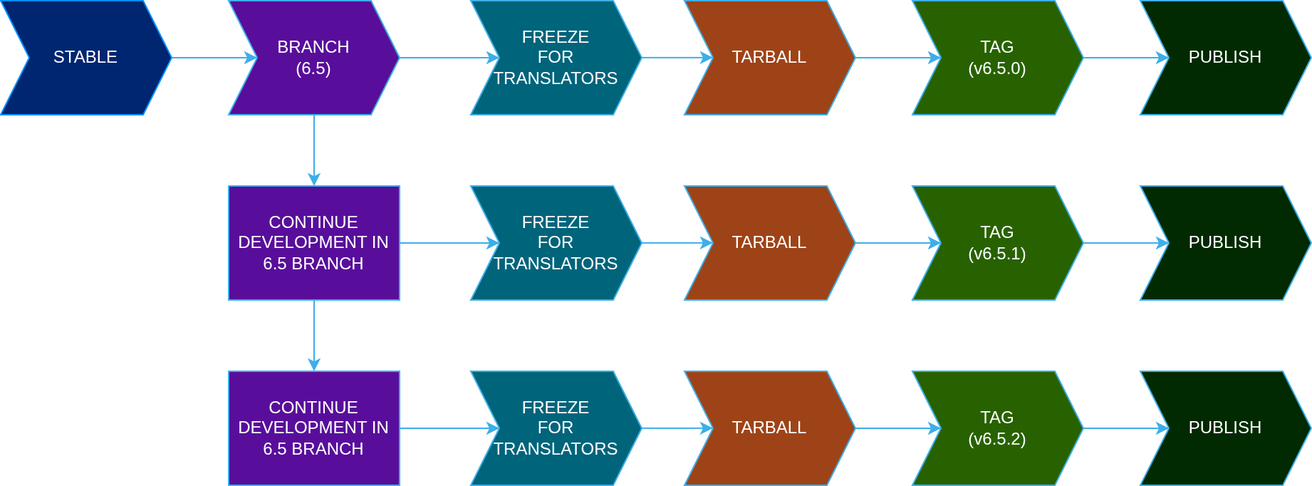
Before: content/docs/getting-started/add-project/lifecycle/stable-lifecycle.png, a diagram exported from draw.io (KDE/documentation-develop-kde-org). Source tidied: cells renumbered, new cells last; positions are measured from the earlier drawing's top-left corner, leaving out a move shared by most shapes.
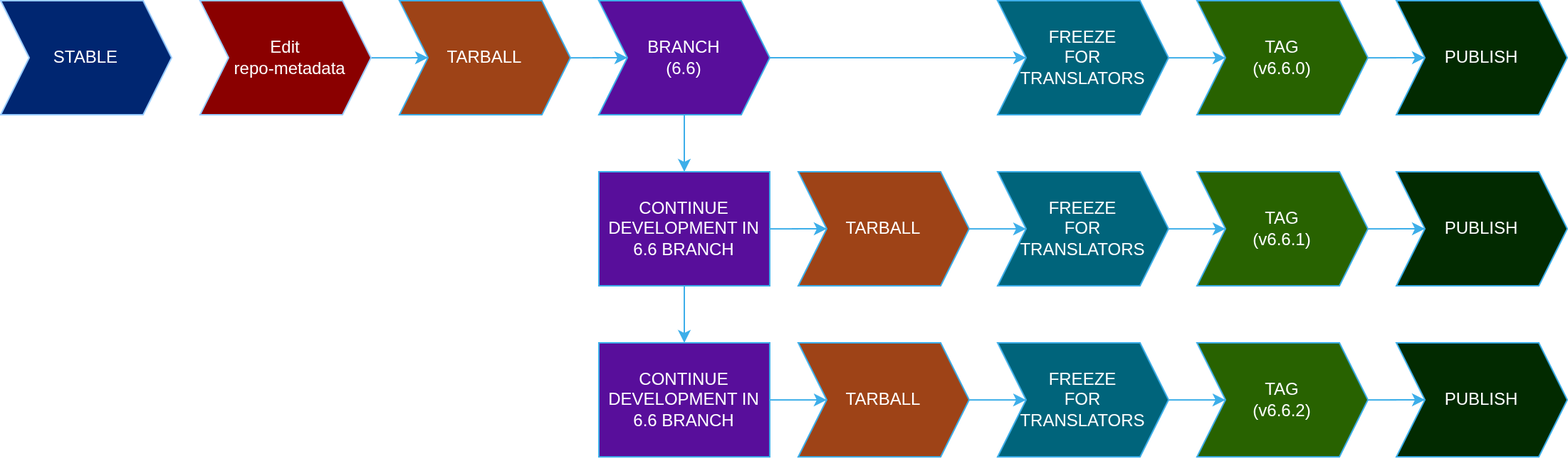
Later version of the same file.

Commit message:
Fix order in lifecycle page

Change to the diagram source:
```diff
@@ -2,98 +2,110 @@
   <root>
     <mxCell id="0" />
     <mxCell id="1" parent="0" />
-    <mxCell id="2" style="edgeStyle=orthogonalEdgeStyle;rounded=0;jettySize=auto;html=1;entryX=0;entryY=0.5;entryDx=0;entryDy=0;strokeColor=#3DAEE9;" parent="1" edge="1" source="3" target="8">
-      <mxGeometry relative="1" as="geometry" />
+    <mxCell id="2" style="edgeStyle=orthogonalEdgeStyle;rounded=0;jettySize=auto;html=1;entryX=0;entryY=0.5;entryDx=0;entryDy=0;strokeColor=#3DAEE9;" parent="1" edge="1" target="29">
+      <mxGeometry relative="1" as="geometry">
+        <mxPoint x="260" y="320.1" as="sourcePoint" />
+      </mxGeometry>
     </mxCell>
-    <mxCell id="3" value="STABLE" style="shape=step;perimeter=stepPerimeter;whiteSpace=wrap;html=1;fixedSize=1;fillColor=#002671;strokeColor=#008FFF;fontColor=#ffffff;" parent="1" vertex="1">
-      <mxGeometry width="120" height="80" as="geometry" />
+    <mxCell id="3" style="edgeStyle=orthogonalEdgeStyle;rounded=0;jettySize=auto;html=1;exitX=1;exitY=0.5;exitDx=0;exitDy=0;" parent="1" edge="1" source="4" target="34">
+      <mxGeometry relative="1" as="geometry" />
     </mxCell>
-    <mxCell id="4" style="edgeStyle=orthogonalEdgeStyle;rounded=0;jettySize=auto;html=1;strokeColor=#3DAEE9;" parent="1" edge="1" source="5" target="12">
-      <mxGeometry relative="1" as="geometry" />
+    <mxCell id="4" value="STABLE" style="shape=step;perimeter=stepPerimeter;whiteSpace=wrap;html=1;fixedSize=1;fillColor=#002671;strokeColor=#97CBFF;fontColor=#ffffff;" parent="1" vertex="1">
+      <mxGeometry y="280" width="120" height="80" as="geometry" />
     </mxCell>
-    <mxCell id="5" value="FREEZE&lt;div&gt;FOR&lt;/div&gt;&lt;div&gt;TRANSLATORS&lt;/div&gt;" style="shape=step;perimeter=stepPerimeter;whiteSpace=wrap;html=1;fixedSize=1;strokeColor=#3DAEE9;fillColor=#00647B;" parent="1" vertex="1">
-      <mxGeometry x="330" width="120" height="80" as="geometry" />
+    <mxCell id="5" style="edgeStyle=orthogonalEdgeStyle;rounded=0;jettySize=auto;html=1;strokeColor=#3DAEE9;" parent="1" edge="1" source="6" target="8">
+      <mxGeometry relative="1" as="geometry" />
     </mxCell>
-    <mxCell id="6" style="edgeStyle=orthogonalEdgeStyle;rounded=0;jettySize=auto;html=1;entryX=0.5;entryY=0;entryDx=0;entryDy=0;strokeColor=#3DAEE9;" parent="1" edge="1" source="8" target="19">
-      <mxGeometry relative="1" as="geometry" />
+    <mxCell id="6" value="FREEZE&lt;div&gt;FOR&lt;/div&gt;&lt;div&gt;TRANSLATORS&lt;/div&gt;" style="shape=step;perimeter=stepPerimeter;whiteSpace=wrap;html=1;fixedSize=1;strokeColor=#3DAEE9;fillColor=#00647B;" parent="1" vertex="1">
+      <mxGeometry x="700" y="280" width="120" height="80" as="geometry" />
     </mxCell>
-    <mxCell id="7" style="edgeStyle=orthogonalEdgeStyle;rounded=0;jettySize=auto;html=1;strokeColor=#3DAEE9;" parent="1" edge="1" source="8" target="5">
+    <mxCell id="7" style="edgeStyle=orthogonalEdgeStyle;rounded=0;jettySize=auto;html=1;entryX=0;entryY=0.5;entryDx=0;entryDy=0;strokeColor=#3DAEE9;" parent="1" edge="1" source="8" target="9">
       <mxGeometry relative="1" as="geometry" />
     </mxCell>
-    <mxCell id="8" value="BRANCH&lt;div&gt;(6.5)&lt;/div&gt;" style="shape=step;perimeter=stepPerimeter;whiteSpace=wrap;html=1;fixedSize=1;strokeColor=#3DAEE9;fillColor=#580E9B;" parent="1" vertex="1">
-      <mxGeometry x="160" width="120" height="80" as="geometry" />
+    <mxCell id="8" value="TAG&lt;div&gt;(v6.6.0)&lt;/div&gt;" style="shape=step;perimeter=stepPerimeter;whiteSpace=wrap;html=1;fixedSize=1;strokeColor=#3DAEE9;fillColor=#286200;" parent="1" vertex="1">
+      <mxGeometry x="840" y="280" width="120" height="80" as="geometry" />
     </mxCell>
-    <mxCell id="9" style="edgeStyle=orthogonalEdgeStyle;rounded=0;jettySize=auto;html=1;entryX=0;entryY=0.5;entryDx=0;entryDy=0;strokeColor=#3DAEE9;" parent="1" edge="1" source="10" target="13">
-      <mxGeometry relative="1" as="geometry" />
+    <mxCell id="9" value="PUBLISH" style="shape=step;perimeter=stepPerimeter;whiteSpace=wrap;html=1;fixedSize=1;strokeColor=#3DAEE9;fillColor=#022A00;" parent="1" vertex="1">
+      <mxGeometry x="980" y="280" width="120" height="80" as="geometry" />
     </mxCell>
-    <mxCell id="10" value="TAG&lt;div&gt;(v6.5.0)&lt;/div&gt;" style="shape=step;perimeter=stepPerimeter;whiteSpace=wrap;html=1;fixedSize=1;strokeColor=#3DAEE9;fillColor=#286200;" parent="1" vertex="1">
-      <mxGeometry x="640" width="120" height="80" as="geometry" />
+    <mxCell id="10" style="edgeStyle=orthogonalEdgeStyle;rounded=0;jettySize=auto;html=1;entryX=0;entryY=0.5;entryDx=0;entryDy=0;strokeColor=#3DAEE9;" parent="1" edge="1" source="11" target="12">
+      <mxGeometry relative="1" as="geometry" />
     </mxCell>
-    <mxCell id="11" style="edgeStyle=orthogonalEdgeStyle;rounded=0;jettySize=auto;html=1;entryX=0;entryY=0.5;entryDx=0;entryDy=0;strokeColor=#3DAEE9;" parent="1" edge="1" source="12" target="10">
-      <mxGeometry relative="1" as="geometry" />
+    <mxCell id="11" value="TAG&lt;div&gt;(v6.6.1)&lt;/div&gt;" style="shape=step;perimeter=stepPerimeter;whiteSpace=wrap;html=1;fixedSize=1;strokeColor=#3DAEE9;fillColor=#286200;" parent="1" vertex="1">
+      <mxGeometry x="840" y="400" width="120" height="80" as="geometry" />
     </mxCell>
-    <mxCell id="12" value="TARBALL" style="shape=step;perimeter=stepPerimeter;whiteSpace=wrap;html=1;fixedSize=1;strokeColor=#3DAEE9;fillColor=#9E4317;" parent="1" vertex="1">
-      <mxGeometry x="480" width="120" height="80" as="geometry" />
+    <mxCell id="12" value="PUBLISH" style="shape=step;perimeter=stepPerimeter;whiteSpace=wrap;html=1;fixedSize=1;strokeColor=#3DAEE9;fillColor=#022A00;" parent="1" vertex="1">
+      <mxGeometry x="980" y="400" width="120" height="80" as="geometry" />
     </mxCell>
-    <mxCell id="13" value="PUBLISH" style="shape=step;perimeter=stepPerimeter;whiteSpace=wrap;html=1;fixedSize=1;strokeColor=#3DAEE9;fillColor=#022A00;" parent="1" vertex="1">
-      <mxGeometry x="800" width="120" height="80" as="geometry" />
+    <mxCell id="13" style="edgeStyle=orthogonalEdgeStyle;rounded=0;jettySize=auto;html=1;entryX=0;entryY=0.5;entryDx=0;entryDy=0;strokeColor=#3DAEE9;" parent="1" edge="1" source="14" target="15">
+      <mxGeometry relative="1" as="geometry" />
     </mxCell>
-    <mxCell id="14" style="edgeStyle=orthogonalEdgeStyle;rounded=0;jettySize=auto;html=1;entryX=0;entryY=0.5;entryDx=0;entryDy=0;strokeColor=#3DAEE9;" parent="1" edge="1" source="15" target="18">
-      <mxGeometry relative="1" as="geometry" />
+    <mxCell id="14" value="TAG&lt;div&gt;(v6.6.2&lt;span style=&quot;background-color: transparent; color: light-dark(rgb(0, 0, 0), rgb(255, 255, 255));&quot;&gt;)&lt;/span&gt;&lt;/div&gt;" style="shape=step;perimeter=stepPerimeter;whiteSpace=wrap;html=1;fixedSize=1;strokeColor=#3DAEE9;fillColor=#286200;" parent="1" vertex="1">
+      <mxGeometry x="840" y="520" width="120" height="80" as="geometry" />
     </mxCell>
-    <mxCell id="15" value="TAG&lt;div&gt;(v6.5.1)&lt;/div&gt;" style="shape=step;perimeter=stepPerimeter;whiteSpace=wrap;html=1;fixedSize=1;strokeColor=#3DAEE9;fillColor=#286200;" parent="1" vertex="1">
-      <mxGeometry x="640" y="130" width="120" height="80" as="geometry" />
+    <mxCell id="15" value="PUBLISH" style="shape=step;perimeter=stepPerimeter;whiteSpace=wrap;html=1;fixedSize=1;strokeColor=#3DAEE9;fillColor=#022A00;" parent="1" vertex="1">
+      <mxGeometry x="980" y="520" width="120" height="80" as="geometry" />
     </mxCell>
-    <mxCell id="16" style="edgeStyle=orthogonalEdgeStyle;rounded=0;jettySize=auto;html=1;entryX=0;entryY=0.5;entryDx=0;entryDy=0;strokeColor=#3DAEE9;" parent="1" edge="1" source="17" target="15">
+    <mxCell id="16" style="edgeStyle=orthogonalEdgeStyle;rounded=0;jettySize=auto;html=1;strokeColor=#3DAEE9;" parent="1" edge="1" source="17" target="11">
       <mxGeometry relative="1" as="geometry" />
     </mxCell>
-    <mxCell id="17" value="TARBALL" style="shape=step;perimeter=stepPerimeter;whiteSpace=wrap;html=1;fixedSize=1;strokeColor=#3DAEE9;fillColor=#9E4317;" parent="1" vertex="1">
-      <mxGeometry x="480" y="130" width="120" height="80" as="geometry" />
+    <mxCell id="17" value="FREEZE&lt;div&gt;FOR&lt;/div&gt;&lt;div&gt;TRANSLATORS&lt;/div&gt;" style="shape=step;perimeter=stepPerimeter;whiteSpace=wrap;html=1;fixedSize=1;strokeColor=#3DAEE9;fillColor=#00647B;" parent="1" vertex="1">
+      <mxGeometry x="700" y="400" width="120" height="80" as="geometry" />
     </mxCell>
-    <mxCell id="18" value="PUBLISH" style="shape=step;perimeter=stepPerimeter;whiteSpace=wrap;html=1;fixedSize=1;strokeColor=#3DAEE9;fillColor=#022A00;" parent="1" vertex="1">
-      <mxGeometry x="800" y="130" width="120" height="80" as="geometry" />
+    <mxCell id="18" style="edgeStyle=orthogonalEdgeStyle;rounded=0;jettySize=auto;html=1;strokeColor=#3DAEE9;" parent="1" edge="1" source="19" target="14">
+      <mxGeometry relative="1" as="geometry" />
     </mxCell>
-    <mxCell id="19" value="CONTINUE DEVELOPMENT IN 6.5 BRANCH" style="rounded=0;whiteSpace=wrap;html=1;strokeColor=#3DAEE9;fillColor=#580E9B;" parent="1" vertex="1">
-      <mxGeometry x="160" y="130" width="120" height="80" as="geometry" />
+    <mxCell id="19" value="FREEZE&lt;div&gt;FOR&lt;/div&gt;&lt;div&gt;TRANSLATORS&lt;/div&gt;" style="shape=step;perimeter=stepPerimeter;whiteSpace=wrap;html=1;fixedSize=1;strokeColor=#3DAEE9;fillColor=#00647B;" parent="1" vertex="1">
+      <mxGeometry x="700" y="520" width="120" height="80" as="geometry" />
     </mxCell>
-    <mxCell id="20" style="edgeStyle=orthogonalEdgeStyle;rounded=0;jettySize=auto;html=1;entryX=0.5;entryY=0;entryDx=0;entryDy=0;strokeColor=#3DAEE9;" parent="1" edge="1" source="19" target="26">
+    <mxCell id="20" style="edgeStyle=orthogonalEdgeStyle;rounded=0;jettySize=auto;html=1;entryX=0.5;entryY=0;entryDx=0;entryDy=0;strokeColor=#3DAEE9;" parent="1" edge="1" source="22" target="24">
       <mxGeometry relative="1" as="geometry" />
     </mxCell>
-    <mxCell id="21" style="edgeStyle=orthogonalEdgeStyle;rounded=0;jettySize=auto;html=1;entryX=0;entryY=0.5;entryDx=0;entryDy=0;strokeColor=#3DAEE9;" parent="1" edge="1" source="22" target="25">
+    <mxCell id="21" style="edgeStyle=orthogonalEdgeStyle;rounded=0;jettySize=auto;html=1;strokeColor=#3DAEE9;" parent="1" edge="1" source="22" target="6">
       <mxGeometry relative="1" as="geometry" />
     </mxCell>
-    <mxCell id="22" value="TAG&lt;div&gt;(v6.5.2&lt;span style=&quot;background-color: transparent; color: light-dark(rgb(0, 0, 0), rgb(255, 255, 255));&quot;&gt;)&lt;/span&gt;&lt;/div&gt;" style="shape=step;perimeter=stepPerimeter;whiteSpace=wrap;html=1;fixedSize=1;strokeColor=#3DAEE9;fillColor=#286200;" parent="1" vertex="1">
-      <mxGeometry x="640" y="260" width="120" height="80" as="geometry" />
+    <mxCell id="22" value="BRANCH&lt;div&gt;(6.6)&lt;/div&gt;" style="shape=step;perimeter=stepPerimeter;whiteSpace=wrap;html=1;fixedSize=1;strokeColor=#3DAEE9;fillColor=#580E9B;" parent="1" vertex="1">
+      <mxGeometry x="420" y="280" width="120" height="80" as="geometry" />
     </mxCell>
-    <mxCell id="23" style="edgeStyle=orthogonalEdgeStyle;rounded=0;jettySize=auto;html=1;entryX=0;entryY=0.5;entryDx=0;entryDy=0;strokeColor=#3DAEE9;" parent="1" edge="1" source="24" target="22">
+    <mxCell id="23" style="edgeStyle=orthogonalEdgeStyle;rounded=0;jettySize=auto;html=1;entryX=0;entryY=0.5;entryDx=0;entryDy=0;strokeColor=#3DAEE9;" parent="1" edge="1" source="24" target="31">
       <mxGeometry relative="1" as="geometry" />
     </mxCell>
-    <mxCell id="24" value="TARBALL" style="shape=step;perimeter=stepPerimeter;whiteSpace=wrap;html=1;fixedSize=1;strokeColor=#3DAEE9;fillColor=#9E4317;" parent="1" vertex="1">
-      <mxGeometry x="480" y="260" width="120" height="80" as="geometry" />
+    <mxCell id="24" value="CONTINUE DEVELOPMENT IN 6.6 BRANCH" style="rounded=0;whiteSpace=wrap;html=1;strokeColor=#3DAEE9;fillColor=#580E9B;" parent="1" vertex="1">
+      <mxGeometry x="420" y="400" width="120" height="80" as="geometry" />
     </mxCell>
-    <mxCell id="25" value="PUBLISH" style="shape=step;perimeter=stepPerimeter;whiteSpace=wrap;html=1;fixedSize=1;strokeColor=#3DAEE9;fillColor=#022A00;" parent="1" vertex="1">
-      <mxGeometry x="800" y="260" width="120" height="80" as="geometry" />
+    <mxCell id="25" style="edgeStyle=orthogonalEdgeStyle;rounded=0;jettySize=auto;html=1;entryX=0.5;entryY=0;entryDx=0;entryDy=0;strokeColor=#3DAEE9;" parent="1" edge="1" source="24" target="27">
+      <mxGeometry relative="1" as="geometry" />
     </mxCell>
-    <mxCell id="26" value="CONTINUE DEVELOPMENT IN 6.5 BRANCH" style="rounded=0;whiteSpace=wrap;html=1;strokeColor=#3DAEE9;fillColor=#580E9B;" parent="1" vertex="1">
-      <mxGeometry x="160" y="260" width="120" height="80" as="geometry" />
+    <mxCell id="26" style="edgeStyle=orthogonalEdgeStyle;rounded=0;jettySize=auto;html=1;strokeColor=#3DAEE9;" parent="1" edge="1" source="27" target="33">
+      <mxGeometry relative="1" as="geometry" />
     </mxCell>
-    <mxCell id="27" style="edgeStyle=orthogonalEdgeStyle;rounded=0;jettySize=auto;html=1;strokeColor=#3DAEE9;" parent="1" edge="1" source="28" target="17">
-      <mxGeometry relative="1" as="geometry" />
+    <mxCell id="27" value="CONTINUE DEVELOPMENT IN 6.6 BRANCH" style="rounded=0;whiteSpace=wrap;html=1;strokeColor=#3DAEE9;fillColor=#580E9B;" parent="1" vertex="1">
+      <mxGeometry x="420" y="520" width="120" height="80" as="geometry" />
     </mxCell>
-    <mxCell id="28" value="FREEZE&lt;div&gt;FOR&lt;/div&gt;&lt;div&gt;TRANSLATORS&lt;/div&gt;" style="shape=step;perimeter=stepPerimeter;whiteSpace=wrap;html=1;fixedSize=1;strokeColor=#3DAEE9;fillColor=#00647B;" parent="1" vertex="1">
-      <mxGeometry x="330" y="130" width="120" height="80" as="geometry" />
+    <mxCell id="28" style="edgeStyle=orthogonalEdgeStyle;rounded=0;jettySize=auto;html=1;entryX=0;entryY=0.5;entryDx=0;entryDy=0;strokeColor=#3DAEE9;" parent="1" edge="1" source="29" target="22">
+      <mxGeometry relative="1" as="geometry" />
     </mxCell>
-    <mxCell id="29" style="edgeStyle=orthogonalEdgeStyle;rounded=0;jettySize=auto;html=1;strokeColor=#3DAEE9;" parent="1" edge="1" source="19" target="28">
-      <mxGeometry relative="1" as="geometry" />
+    <mxCell id="29" value="TARBALL" style="shape=step;perimeter=stepPerimeter;whiteSpace=wrap;html=1;fixedSize=1;strokeColor=#3DAEE9;fillColor=#9E4317;" parent="1" vertex="1">
+      <mxGeometry x="280" y="280" width="120" height="80" as="geometry" />
     </mxCell>
-    <mxCell id="30" style="edgeStyle=orthogonalEdgeStyle;rounded=0;jettySize=auto;html=1;strokeColor=#3DAEE9;" parent="1" edge="1" source="31" target="24">
-      <mxGeometry relative="1" as="geometry" />
+    <mxCell id="30" style="edgeStyle=orthogonalEdgeStyle;rounded=0;jettySize=auto;html=1;strokeColor=#3DAEE9;" parent="1" edge="1" target="17">
+      <mxGeometry relative="1" as="geometry">
+        <mxPoint x="660" y="440" as="sourcePoint" />
+      </mxGeometry>
     </mxCell>
-    <mxCell id="31" value="FREEZE&lt;div&gt;FOR&lt;/div&gt;&lt;div&gt;TRANSLATORS&lt;/div&gt;" style="shape=step;perimeter=stepPerimeter;whiteSpace=wrap;html=1;fixedSize=1;strokeColor=#3DAEE9;fillColor=#00647B;" parent="1" vertex="1">
-      <mxGeometry x="330" y="260" width="120" height="80" as="geometry" />
+    <mxCell id="31" value="TARBALL" style="shape=step;perimeter=stepPerimeter;whiteSpace=wrap;html=1;fixedSize=1;strokeColor=#3DAEE9;fillColor=#9E4317;" parent="1" vertex="1">
+      <mxGeometry x="560" y="400" width="120" height="80" as="geometry" />
     </mxCell>
-    <mxCell id="32" style="edgeStyle=orthogonalEdgeStyle;rounded=0;jettySize=auto;html=1;strokeColor=#3DAEE9;" parent="1" edge="1" source="26" target="31">
-      <mxGeometry relative="1" as="geometry" />
+    <mxCell id="32" style="edgeStyle=orthogonalEdgeStyle;rounded=0;jettySize=auto;html=1;strokeColor=#3DAEE9;" parent="1" edge="1" target="19">
+      <mxGeometry relative="1" as="geometry">
+        <mxPoint x="660" y="560" as="sourcePoint" />
+      </mxGeometry>
     </mxCell>
+    <mxCell id="33" value="TARBALL" style="shape=step;perimeter=stepPerimeter;whiteSpace=wrap;html=1;fixedSize=1;strokeColor=#3DAEE9;fillColor=#9E4317;" parent="1" vertex="1">
+      <mxGeometry x="560" y="520" width="120" height="80" as="geometry" />
+    </mxCell>
+    <mxCell id="34" value="Edit&lt;div&gt;&amp;nbsp; repo-metadata&lt;/div&gt;" style="shape=step;perimeter=stepPerimeter;whiteSpace=wrap;html=1;fixedSize=1;strokeColor=#97CBFF;fillColor=#8A0000;fontColor=#ffffff;" parent="1" vertex="1">
+      <mxGeometry x="140" y="280" width="120" height="80" as="geometry" />
+    </mxCell>
   </root>
 </mxGraphModel>
```
